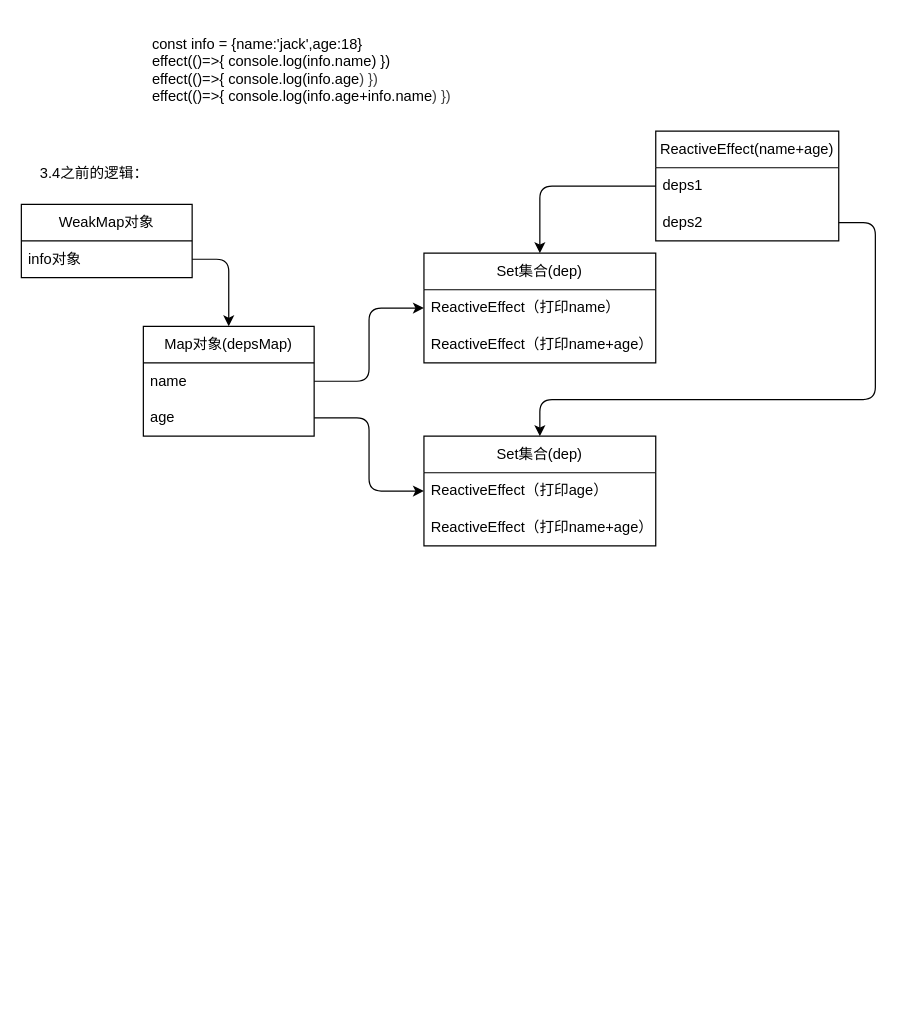
This is packages/reactivity/src/响应式.dio from YXYH-12138/vue3-source, a draw.io file, before an edit. Source tidied: cells renumbered, new cells numbered last; positions are measured from the earlier drawing's top-left corner, leaving out a move shared by most shapes. Both pictures are drawn from the tidied source at 122%, with x=0, y=0 at pixel (21, 21).
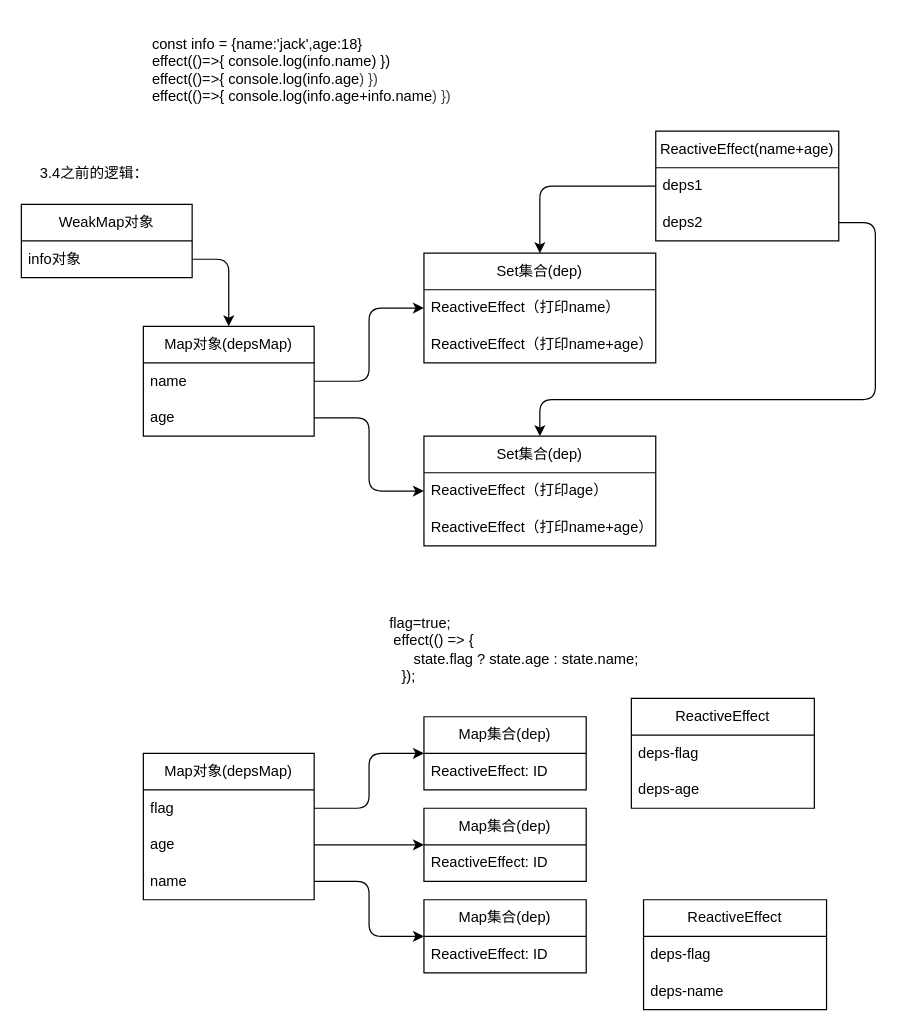
Above is the later version.

What changed in the source:
```diff
@@
+    <mxCell id="23" value="Map集合(dep)" style="swimlane;fontStyle=0;horizontal=1;startSize=30;whiteSpace=wrap;html=1;" parent="1" vertex="1">
+      <mxGeometry x="330" y="570" width="133" height="60" as="geometry" />
+    </mxCell>
+    <mxCell id="24" value="ReactiveEffect: ID" style="text;strokeColor=none;fillColor=none;align=left;verticalAlign=middle;spacingLeft=4;spacingRight=4;overflow=hidden;whiteSpace=wrap;html=1;" parent="23" vertex="1">
+      <mxGeometry y="30" width="133" height="30" as="geometry" />
+    </mxCell>
+    <mxCell id="25" value="&lt;div&gt;&lt;span style=&quot;background-color: transparent;&quot;&gt;flag=true;&lt;/span&gt;&lt;/div&gt;&lt;div&gt;&lt;font color=&quot;#000000&quot;&gt;&amp;nbsp;effect(() =&amp;gt; {&lt;/font&gt;&lt;/div&gt;&lt;div&gt;&lt;font color=&quot;#000000&quot;&gt;&amp;nbsp; &amp;nbsp; &amp;nbsp; state.flag ? state.age : state.name;&lt;/font&gt;&lt;/div&gt;&lt;div&gt;&lt;font color=&quot;#000000&quot;&gt;&amp;nbsp;&lt;/font&gt;&lt;span style=&quot;background-color: transparent;&quot;&gt;&amp;nbsp; });&lt;/span&gt;&lt;/div&gt;" style="text;html=1;align=left;verticalAlign=middle;whiteSpace=wrap;rounded=0;" parent="1" vertex="1">
+      <mxGeometry x="300" y="480" width="226" height="70" as="geometry" />
+    </mxCell>
+    <mxCell id="26" value="Map对象(depsMap)" style="swimlane;fontStyle=0;horizontal=1;startSize=30;whiteSpace=wrap;html=1;" parent="1" vertex="1">
+      <mxGeometry x="100" y="600" width="140" height="120" as="geometry" />
+    </mxCell>
+    <mxCell id="27" value="flag" style="text;strokeColor=none;fillColor=none;align=left;verticalAlign=middle;spacingLeft=4;spacingRight=4;overflow=hidden;points=[[0,0.5],[1,0.5]];portConstraint=eastwest;whiteSpace=wrap;html=1;" parent="26" vertex="1">
+      <mxGeometry y="30" width="140" height="30" as="geometry" />
+    </mxCell>
+    <mxCell id="28" value="age" style="text;strokeColor=none;fillColor=none;align=left;verticalAlign=middle;spacingLeft=4;spacingRight=4;overflow=hidden;points=[[0,0.5],[1,0.5]];portConstraint=eastwest;whiteSpace=wrap;html=1;" parent="26" vertex="1">
+      <mxGeometry y="60" width="140" height="30" as="geometry" />
+    </mxCell>
+    <mxCell id="29" value="name" style="text;strokeColor=none;fillColor=none;align=left;verticalAlign=middle;spacingLeft=4;spacingRight=4;overflow=hidden;points=[[0,0.5],[1,0.5]];portConstraint=eastwest;whiteSpace=wrap;html=1;" parent="26" vertex="1">
+      <mxGeometry y="90" width="140" height="30" as="geometry" />
+    </mxCell>
+    <mxCell id="30" value="Map集合(dep)" style="swimlane;fontStyle=0;horizontal=1;startSize=30;whiteSpace=wrap;html=1;" parent="1" vertex="1">
+      <mxGeometry x="330" y="645" width="133" height="60" as="geometry" />
+    </mxCell>
+    <mxCell id="31" value="ReactiveEffect: ID" style="text;strokeColor=none;fillColor=none;align=left;verticalAlign=middle;spacingLeft=4;spacingRight=4;overflow=hidden;whiteSpace=wrap;html=1;" parent="30" vertex="1">
+      <mxGeometry y="30" width="133" height="30" as="geometry" />
+    </mxCell>
+    <mxCell id="32" style="edgeStyle=orthogonalEdgeStyle;html=1;exitX=1;exitY=0.5;exitDx=0;exitDy=0;" parent="1" edge="1" source="27" target="23">
+      <mxGeometry relative="1" as="geometry" />
+    </mxCell>
+    <mxCell id="33" value="&lt;span style=&quot;color: rgb(0, 0, 0);&quot;&gt;ReactiveEffect&lt;/span&gt;" style="swimlane;fontStyle=0;horizontal=1;startSize=30;whiteSpace=wrap;html=1;" parent="1" vertex="1">
+      <mxGeometry x="500" y="555" width="150" height="90" as="geometry" />
+    </mxCell>
+    <mxCell id="34" value="deps-flag" style="text;strokeColor=none;fillColor=none;align=left;verticalAlign=middle;spacingLeft=4;spacingRight=4;overflow=hidden;whiteSpace=wrap;html=1;" parent="33" vertex="1">
+      <mxGeometry y="30" width="150" height="30" as="geometry" />
+    </mxCell>
+    <mxCell id="35" value="deps-age" style="text;strokeColor=none;fillColor=none;align=left;verticalAlign=middle;spacingLeft=4;spacingRight=4;overflow=hidden;whiteSpace=wrap;html=1;" parent="33" vertex="1">
+      <mxGeometry y="60" width="150" height="30" as="geometry" />
+    </mxCell>
+    <mxCell id="36" value="&lt;span style=&quot;color: rgb(0, 0, 0);&quot;&gt;ReactiveEffect&lt;/span&gt;" style="swimlane;fontStyle=0;horizontal=1;startSize=30;whiteSpace=wrap;html=1;" parent="1" vertex="1">
+      <mxGeometry x="510" y="720" width="150" height="90" as="geometry" />
+    </mxCell>
+    <mxCell id="37" value="deps-flag" style="text;strokeColor=none;fillColor=none;align=left;verticalAlign=middle;spacingLeft=4;spacingRight=4;overflow=hidden;whiteSpace=wrap;html=1;" parent="36" vertex="1">
+      <mxGeometry y="30" width="150" height="30" as="geometry" />
+    </mxCell>
+    <mxCell id="38" value="deps-name" style="text;strokeColor=none;fillColor=none;align=left;verticalAlign=middle;spacingLeft=4;spacingRight=4;overflow=hidden;whiteSpace=wrap;html=1;" parent="36" vertex="1">
+      <mxGeometry y="60" width="150" height="30" as="geometry" />
+    </mxCell>
+    <mxCell id="39" value="Map集合(dep)" style="swimlane;fontStyle=0;horizontal=1;startSize=30;whiteSpace=wrap;html=1;" parent="1" vertex="1">
+      <mxGeometry x="330" y="720" width="133" height="60" as="geometry" />
+    </mxCell>
+    <mxCell id="40" value="ReactiveEffect: ID" style="text;strokeColor=none;fillColor=none;align=left;verticalAlign=middle;spacingLeft=4;spacingRight=4;overflow=hidden;whiteSpace=wrap;html=1;" parent="39" vertex="1">
+      <mxGeometry y="30" width="133" height="30" as="geometry" />
+    </mxCell>
+    <mxCell id="41" style="edgeStyle=none;html=1;exitX=1;exitY=0.5;exitDx=0;exitDy=0;" parent="1" edge="1" source="28" target="30">
+      <mxGeometry relative="1" as="geometry" />
+    </mxCell>
+    <mxCell id="42" style="edgeStyle=orthogonalEdgeStyle;html=1;exitX=1;exitY=0.5;exitDx=0;exitDy=0;entryX=0;entryY=0.5;entryDx=0;entryDy=0;" parent="1" edge="1" source="29" target="39">
+      <mxGeometry relative="1" as="geometry" />
+    </mxCell>
```
